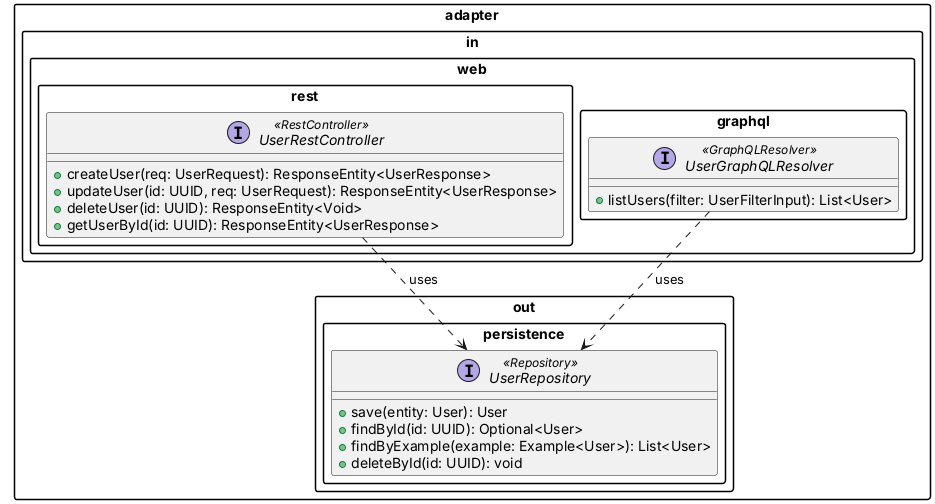
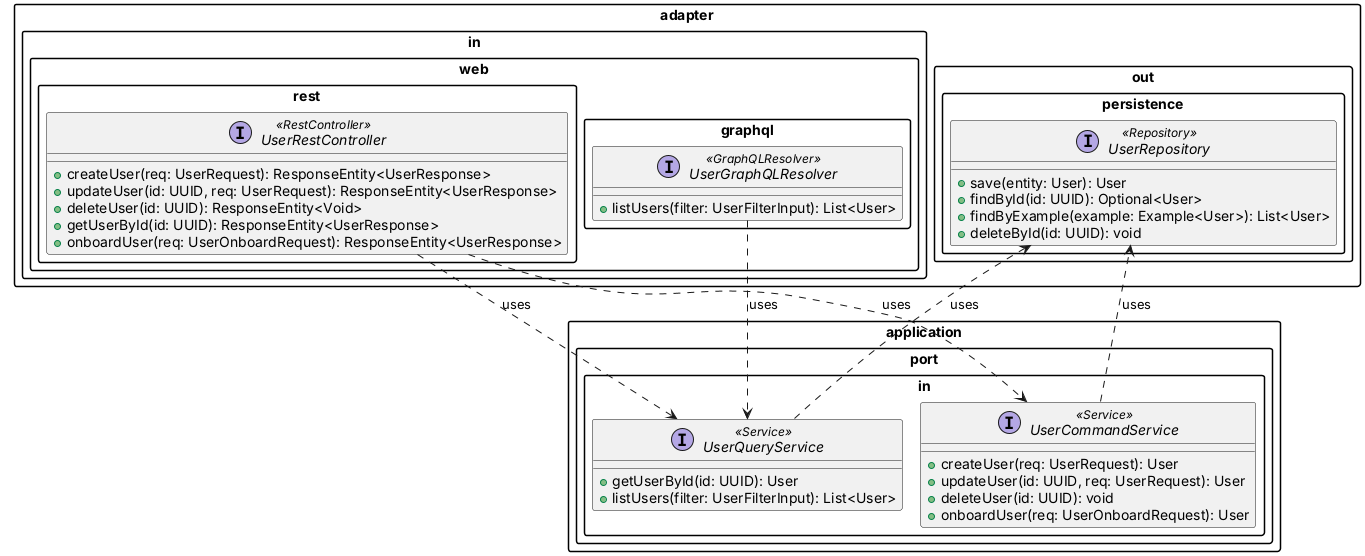
@startuml user_contract

!pragma layout smetana
skinparam packageStyle rectangle
skinparam defaultFontName Inter

package "adapter.in.web.rest" {
  interface "UserRestController" <<RestController>> {
    + createUser(req: UserRequest): ResponseEntity<UserResponse>
    + updateUser(id: UUID, req: UserRequest): ResponseEntity<UserResponse>
    + deleteUser(id: UUID): ResponseEntity<Void>
    + getUserById(id: UUID): ResponseEntity<UserResponse>
+     + onboardUser(req: UserOnboardRequest): ResponseEntity<UserResponse>
  }
}

package "adapter.in.web.graphql" {
  interface "UserGraphQLResolver" <<GraphQLResolver>> {
+     + listUsers(filter: UserFilterInput): List<User>
+   }
+ }
+ 
+ package "application.port.in" {
+   interface "UserCommandService" <<Service>> {
+     + createUser(req: UserRequest): User
+     + updateUser(id: UUID, req: UserRequest): User
+     + deleteUser(id: UUID): void
+     + onboardUser(req: UserOnboardRequest): User
+   }
+   interface "UserQueryService" <<Service>> {
+     + getUserById(id: UUID): User
    + listUsers(filter: UserFilterInput): List<User>
  }
}

package "adapter.out.persistence" {
  interface "UserRepository" <<Repository>> {
    + save(entity: User): User
    + findById(id: UUID): Optional<User>
    + findByExample(example: Example<User>): List<User>
    + deleteById(id: UUID): void
  }
}

- "UserRestController"  ..> "UserRepository" : uses
- "UserGraphQLResolver" ..> "UserRepository" : uses
+ "UserRestController"  ..> "UserCommandService" : uses
+ "UserRestController"  ..> "UserQueryService" : uses
+ "UserGraphQLResolver" ..> "UserQueryService" : uses
+ "UserCommandService"  ..> "UserRepository" : uses
+ "UserQueryService"    ..> "UserRepository" : uses

@enduml
